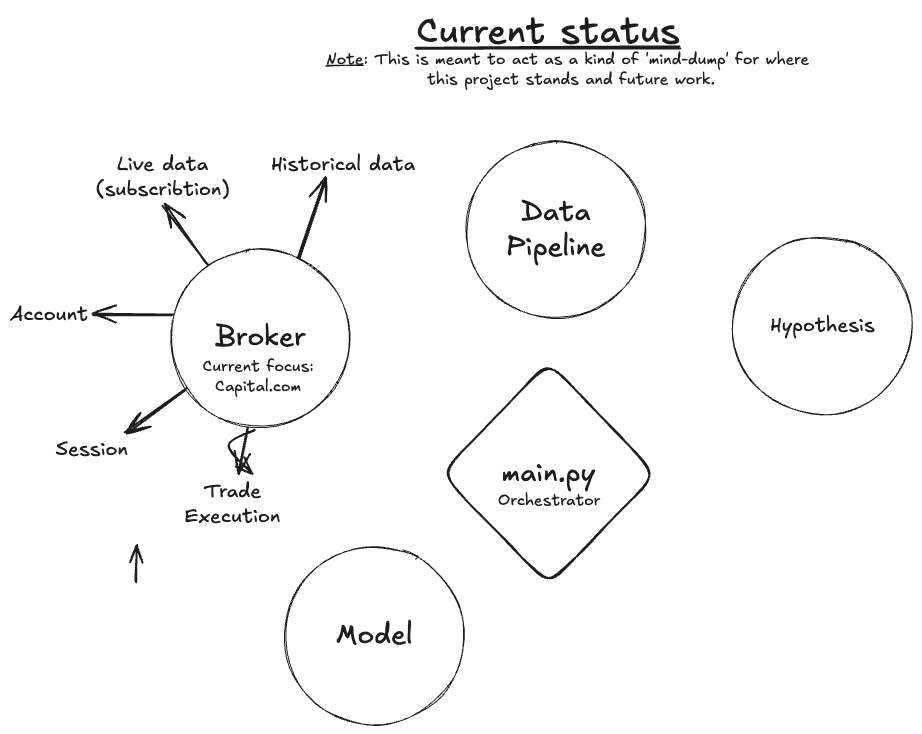
DanielWestgaard/ml-pred keeps this Excalidraw diagram as excalidraw/current_progress.excalidraw.png. Above is the earlier version. Source tidied: one line per element, renumbered; positions are measured from the earlier drawing's top-left corner, leaving out a move shared by most shapes.
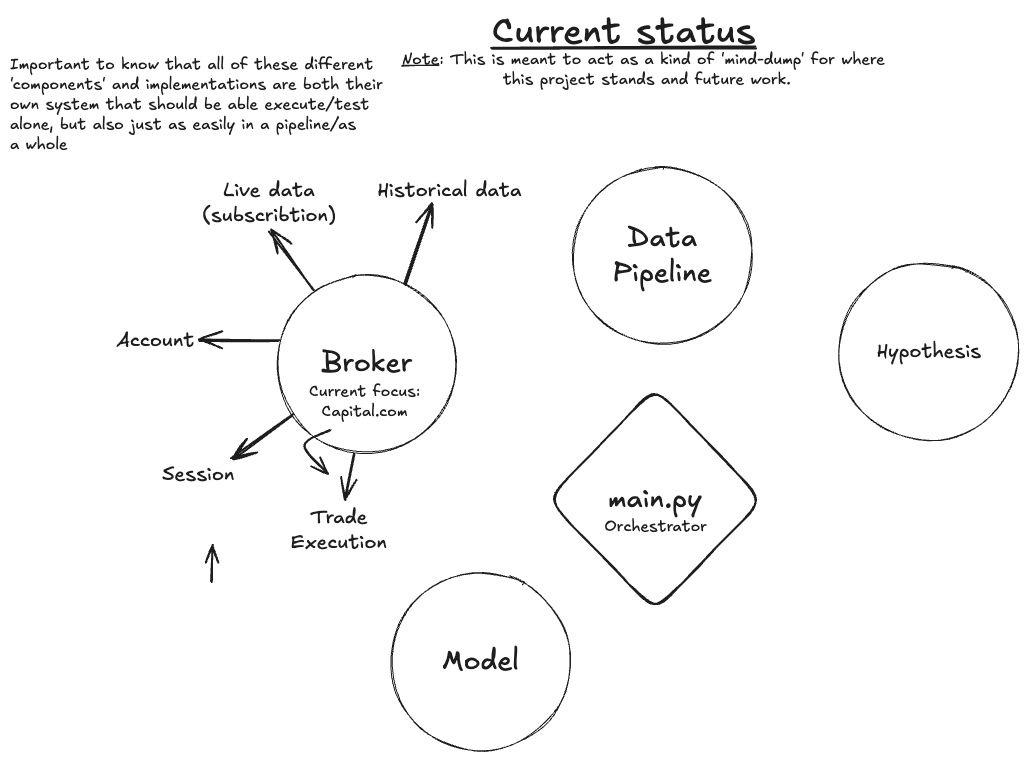
After the change.

Commit message:
broker func

Diff of the diagram source:
```diff
@@ -1,7 +1,7 @@
-{"id": 0, "type": "text", "text": "Note: This is meant to act as a kind of 'mind-dump' for where \nthis project stands and future work.", "strokeColor": "#1e1e1e", "strokeWidth": 2, "roughness": 1, "fontSize": 16, "fontFamily": 5, "textAlign": "center", "x": 317, "y": 40, "width": 489, "height": 40}
+{"id": 0, "type": "text", "text": "Note: This is meant to act as a kind of 'mind-dump' for where \nthis project stands and future work.", "strokeColor": "#1e1e1e", "strokeWidth": 2, "roughness": 1, "fontSize": 16, "fontFamily": 5, "textAlign": "center", "x": 286, "y": 14, "width": 489, "height": 40}
-{"id": 1, "type": "text", "text": "Current status", "strokeColor": "#1e1e1e", "strokeWidth": 2, "roughness": 1, "fontSize": 36, "fontFamily": 5, "x": 406, "y": 0, "width": 263, "height": 45}
+{"id": 1, "type": "text", "text": "Current status", "strokeColor": "#1e1e1e", "strokeWidth": 2, "roughness": 1, "fontSize": 36, "fontFamily": 5, "x": 376, "y": -26, "width": 263, "height": 45}
-{"id": 2, "type": "line", "strokeColor": "#1e1e1e", "strokeWidth": 2, "roughness": 1, "round": true, "x": 406, "y": 38, "width": 265, "height": 0, "points": [[0, 0], [265, 0]]}
+{"id": 2, "type": "line", "strokeColor": "#1e1e1e", "strokeWidth": 2, "roughness": 1, "round": true, "x": 375, "y": 12, "width": 265, "height": 0, "points": [[0, 0], [265, 0]]}
-{"id": 3, "type": "line", "strokeColor": "#1e1e1e", "strokeWidth": 1, "roughness": 1, "round": true, "x": 316, "y": 55, "width": 38, "height": 0, "points": [[0, 0], [38, 0]]}
+{"id": 3, "type": "line", "strokeColor": "#1e1e1e", "strokeWidth": 1, "roughness": 1, "round": true, "x": 285, "y": 30, "width": 38, "height": 0, "points": [[0, 0], [38, 0]]}
 {"id": 4, "type": "ellipse", "strokeColor": "#1e1e1e", "strokeWidth": 1, "roughness": 1, "round": true, "x": 160, "y": 239, "width": 180, "height": 178}
 {"id": 5, "type": "text", "text": "Broker", "strokeColor": "#1e1e1e", "strokeWidth": 1, "roughness": 1, "fontSize": 28, "fontFamily": 5, "textAlign": "center", "verticalAlign": "middle", "inside": 4, "x": 205, "y": 311, "width": 91, "height": 35}
 {"id": 6, "type": "ellipse", "strokeColor": "#1e1e1e", "strokeWidth": 1, "roughness": 1, "round": true, "x": 456, "y": 131, "width": 180, "height": 178}
@@ -9,14 +9,14 @@
 {"id": 8, "type": "ellipse", "strokeColor": "#1e1e1e", "strokeWidth": 1, "roughness": 1, "round": true, "x": 274, "y": 536, "width": 180, "height": 178}
 {"id": 9, "type": "text", "text": "Model", "strokeColor": "#1e1e1e", "strokeWidth": 1, "roughness": 1, "fontSize": 28, "fontFamily": 5, "textAlign": "center", "verticalAlign": "middle", "inside": 8, "x": 326, "y": 608, "width": 77, "height": 35}
 {"id": 10, "type": "ellipse", "strokeColor": "#1e1e1e", "strokeWidth": 1, "roughness": 1, "round": true, "x": 723, "y": 227, "width": 180, "height": 178}
-{"id": 11, "type": "text", "text": "Hypothesis", "strokeColor": "#1e1e1e", "strokeWidth": 1, "roughness": 1, "fontSize": 20, "fontFamily": 5, "textAlign": "center", "verticalAlign": "middle", "inside": 10, "x": 760, "y": 304, "width": 105, "height": 25}
+{"id": 11, "type": "text", "text": "Hypothesis", "strokeColor": "#1e1e1e", "strokeWidth": 1, "roughness": 1, "fontSize": 20, "fontFamily": 5, "textAlign": "center", "verticalAlign": "middle", "inside": 10, "x": 760, "y": 303, "width": 105, "height": 25}
 {"id": 12, "type": "arrow", "strokeColor": "#1e1e1e", "strokeWidth": 2, "roughness": 1, "endArrowhead": "arrow", "round": true, "from": 4, "to": 23, "x": 197, "y": 253, "width": 44, "height": 58, "points": [[0, 0], [-44, -58]]}
 {"id": 13, "type": "text", "text": "Current focus:\nCapital.com", "strokeColor": "#1e1e1e", "strokeWidth": 2, "roughness": 1, "fontSize": 16, "fontFamily": 5, "textAlign": "center", "x": 192, "y": 346, "width": 111, "height": 40}
 {"id": 14, "type": "text", "text": "Account", "strokeColor": "#1e1e1e", "strokeWidth": 2, "roughness": 1, "fontSize": 20, "fontFamily": 5, "textAlign": "center", "x": 0, "y": 292, "width": 78, "height": 25}
 {"id": 15, "type": "text", "text": "Session", "strokeColor": "#1e1e1e", "strokeWidth": 2, "roughness": 1, "fontSize": 20, "fontFamily": 5, "textAlign": "center", "x": 46, "y": 427, "width": 72, "height": 25}
 {"id": 16, "type": "arrow", "strokeColor": "#1e1e1e", "strokeWidth": 2, "roughness": 1, "endArrowhead": "arrow", "round": true, "from": 4, "to": 14, "x": 163, "y": 304, "width": 80, "height": 0, "points": [[0, 0], [-80, 0]]}
 {"id": 17, "type": "text", "text": "Trade\nExecution", "strokeColor": "#1e1e1e", "strokeWidth": 2, "roughness": 1, "fontSize": 20, "fontFamily": 5, "textAlign": "center", "x": 174, "y": 469, "width": 96, "height": 50}
-{"id": 18, "type": "arrow", "strokeColor": "#1e1e1e", "strokeWidth": 2, "roughness": 1, "endArrowhead": "arrow", "round": true, "from": 4, "to": 15, "x": 177, "y": 379, "width": 61, "height": 44, "points": [[0, 0], [-61, 44]]}
+{"id": 18, "type": "arrow", "strokeColor": "#1e1e1e", "strokeWidth": 2, "roughness": 1, "endArrowhead": "arrow", "round": true, "from": 13, "to": 15, "x": 177, "y": 379, "width": 61, "height": 44, "points": [[0, 0], [-61, 44]]}
 {"id": 19, "type": "diamond", "strokeColor": "#1e1e1e", "strokeWidth": 2, "roughness": 1, "round": true, "x": 431, "y": 352, "width": 216, "height": 224}
 {"id": 20, "type": "text", "text": "main.py", "strokeColor": "#1e1e1e", "strokeWidth": 2, "roughness": 1, "fontSize": 28, "fontFamily": 5, "textAlign": "center", "verticalAlign": "middle", "inside": 19, "x": 492, "y": 446, "width": 94, "height": 35}
 {"id": 21, "type": "text", "text": "Orchestrator", "strokeColor": "#1e1e1e", "strokeWidth": 2, "roughness": 1, "fontSize": 16, "fontFamily": 5, "textAlign": "center", "x": 488, "y": 481, "width": 102, "height": 20}
@@ -24,3 +24,4 @@
 {"id": 23, "type": "text", "text": "Live data\n(subscribtion)", "strokeColor": "#1e1e1e", "strokeWidth": 2, "roughness": 1, "fontSize": 20, "fontFamily": 5, "textAlign": "center", "x": 86, "y": 143, "width": 134, "height": 50}
 {"id": 24, "type": "arrow", "strokeColor": "#1e1e1e", "strokeWidth": 2, "roughness": 1, "endArrowhead": "arrow", "round": true, "from": 4, "to": 17, "x": 238, "y": 419, "width": 9, "height": 45, "points": [[0, 0], [-9, 45]]}
 {"id": 25, "type": "arrow", "strokeColor": "#1e1e1e", "strokeWidth": 2, "roughness": 1, "endArrowhead": "arrow", "round": true, "from": 4, "to": 22, "x": 289, "y": 249, "width": 27, "height": 82, "points": [[0, 0], [27, -82]]}
+{"id": 26, "type": "text", "text": "Important to know that all of these different\n'components' and implementations are both their\nown system that should be able execute/test\nalone, but also just as easily in a pipeline/as \na whole", "strokeColor": "#1e1e1e", "strokeWidth": 2, "roughness": 1, "fontSize": 16, "fontFamily": 5, "x": -106, "y": 19, "width": 373, "height": 100}
```
